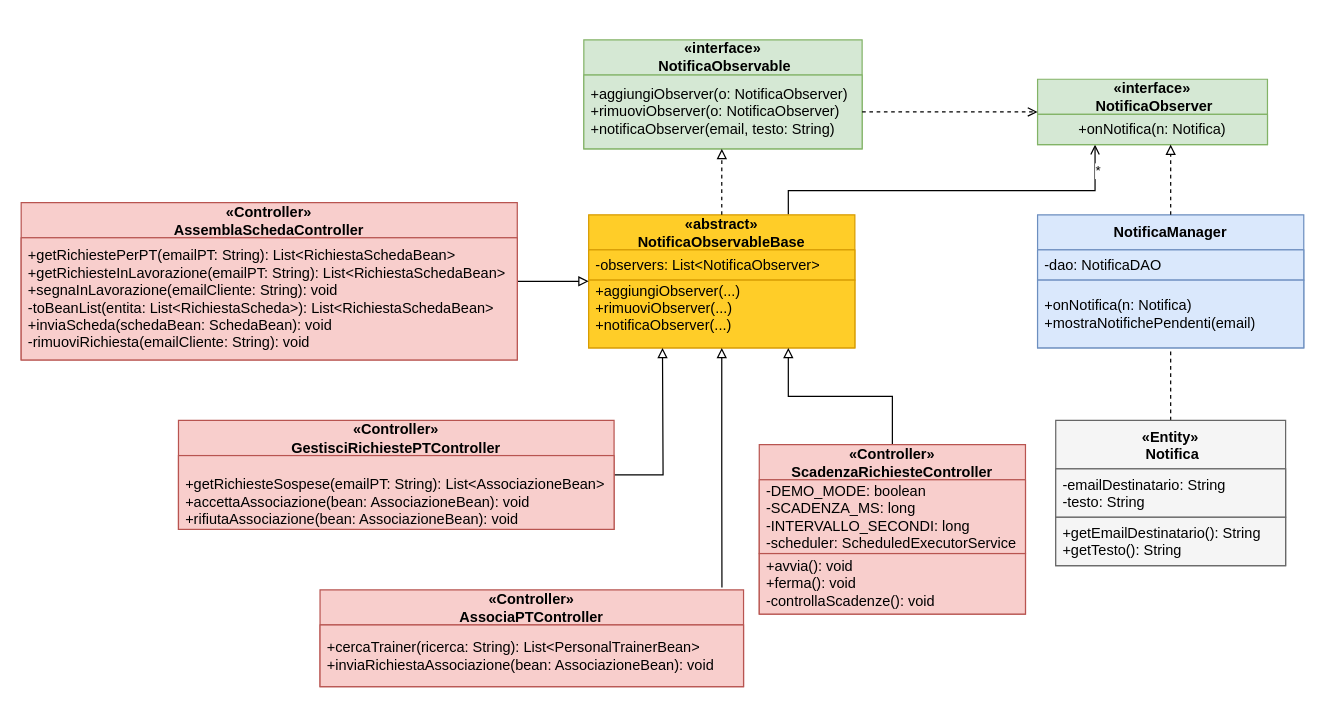
The draw.io diagram Design Level/Observer.drawio in FedericoSib/FitPlan, before the edit. Source tidied: cells renumbered, new cells numbered last; positions are measured from the earlier drawing's top-left corner, leaving out a move shared by most shapes. Both pictures are drawn from the tidied source at 121%, with x=0, y=0 at pixel (21, 40).
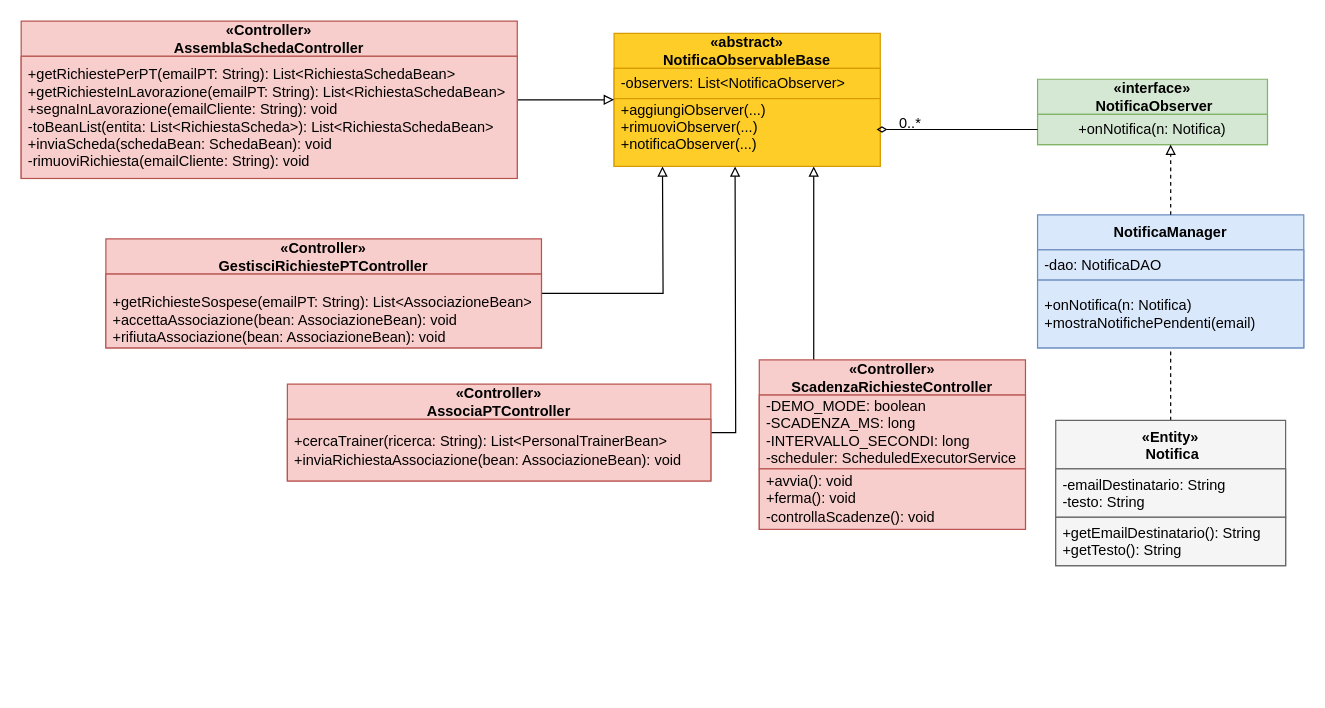
The same page after the edit.

Unchanged cells that the change refers to:
```xml
<mxCell id="6" value="&lt;div align=&quot;left&quot;&gt;+aggiungiObserver(...)&lt;/div&gt;&lt;div align=&quot;left&quot;&gt;+rimuoviObserver(...)&lt;/div&gt;&lt;div align=&quot;left&quot;&gt;+notificaObserver(...)&lt;/div&gt;&lt;br&gt;    " style="text;html=1;strokeColor=#d79b00;fillColor=#ffcd28;align=left;verticalAlign=middle;spacingLeft=4;spacingRight=4;overflow=hidden;points=[[0,0.5],[1,0.5]];portConstraint=eastwest;whiteSpace=wrap;gradientColor=none;" parent="4" vertex="1">
  <mxGeometry y="54" width="220" height="56" as="geometry" />
</mxCell>
<mxCell id="9" value="&lt;div&gt;«interface»&lt;/div&gt;&lt;div&gt;&amp;nbsp;NotificaObserver&lt;/div&gt;" style="swimlane;fontStyle=1;align=center;verticalAlign=middle;horizontal=1;startSize=29;html=1;whiteSpace=wrap;fillColor=#d5e8d4;gradientColor=none;strokeColor=#82b366;" parent="1" vertex="1">
  <mxGeometry x="840" y="32" width="190" height="54" as="geometry" />
</mxCell>
<mxCell id="10" value="+onNotifica(n: Notifica)" style="text;html=1;strokeColor=#82b366;fillColor=#d5e8d4;align=center;verticalAlign=middle;spacingLeft=4;spacingRight=4;overflow=hidden;points=[[0,0.5],[1,0.5]];portConstraint=eastwest;whiteSpace=wrap;gradientColor=none;" parent="9" vertex="1">
  <mxGeometry y="29" width="190" height="25" as="geometry" />
</mxCell>
```

The edit, as a diff of the source:
```diff
@@
-    <mxCell id="2" style="edgeStyle=orthogonalEdgeStyle;rounded=0;jettySize=auto;html=1;exitX=0.75;exitY=0;exitDx=0;exitDy=0;endArrow=open;endFill=0;entryX=0.25;entryY=1;entryDx=0;entryDy=0;" parent="1" edge="1" source="4" target="9">
-      <mxGeometry relative="1" as="geometry">
-        <Array as="points">
-          <mxPoint x="634" y="124" />
-          <mxPoint x="888" y="124" />
-        </Array>
-      </mxGeometry>
-    </mxCell>
-    <mxCell id="3" value="*" style="edgeLabel;html=1;align=center;verticalAlign=middle;" parent="2" vertex="1">
-      <mxGeometry x="0.87" y="-1" relative="1" as="geometry">
-        <mxPoint x="1" y="1" as="offset" />
-      </mxGeometry>
-    </mxCell>
     <mxCell id="4" value="«abstract»&lt;br/&gt;    NotificaObservableBase" style="swimlane;fontStyle=1;align=center;verticalAlign=middle;horizontal=1;startSize=29;html=1;whiteSpace=wrap;fillColor=#ffcd28;gradientColor=none;strokeColor=#d79b00;" parent="1" vertex="1">
-      <mxGeometry x="469" y="144" width="220" height="110" as="geometry" />
+      <mxGeometry x="490" y="-6" width="220" height="110" as="geometry" />
     </mxCell>
@@
-    <mxCell id="7" value="&lt;div&gt;«interface»&lt;/div&gt;&lt;div&gt;&amp;nbsp;NotificaObservable&lt;/div&gt;" style="swimlane;fontStyle=1;align=center;verticalAlign=middle;horizontal=1;startSize=29;html=1;whiteSpace=wrap;fillColor=#d5e8d4;gradientColor=none;strokeColor=#82b366;" parent="1" vertex="1">
-      <mxGeometry x="465" y="-0.5" width="230" height="90" as="geometry" />
-    </mxCell>
-    <mxCell id="8" value="&lt;div align=&quot;left&quot;&gt;+aggiungiObserver(o: NotificaObserver)&lt;br&gt;    +rimuoviObserver(o: NotificaObserver)&lt;br&gt;    +notificaObserver(email, testo: String)&lt;/div&gt;" style="text;html=1;strokeColor=#82b366;fillColor=#d5e8d4;align=left;verticalAlign=middle;spacingLeft=4;spacingRight=4;overflow=hidden;points=[[0,0.5],[1,0.5]];portConstraint=eastwest;whiteSpace=wrap;gradientColor=none;" parent="7" vertex="1">
-      <mxGeometry y="29" width="230" height="61" as="geometry" />
-    </mxCell>
@@
-    <mxCell id="11" style="edgeStyle=orthogonalEdgeStyle;rounded=0;jettySize=auto;html=1;entryX=0;entryY=0.5;entryDx=0;entryDy=0;endArrow=open;endFill=0;dashed=1;" parent="1" edge="1" source="8" target="9">
-      <mxGeometry relative="1" as="geometry" />
-    </mxCell>
-    <mxCell id="12" style="edgeStyle=orthogonalEdgeStyle;rounded=0;jettySize=auto;html=1;entryX=0.496;entryY=1;entryDx=0;entryDy=0;entryPerimeter=0;endArrow=block;endFill=0;dashed=1;" parent="1" edge="1" source="4" target="8">
-      <mxGeometry relative="1" as="geometry" />
-    </mxCell>
@@
     <mxCell id="22" value="&lt;div&gt;«Controller»&lt;/div&gt;&lt;div&gt;AssemblaSchedaController&lt;/div&gt;" style="swimlane;fontStyle=1;align=center;verticalAlign=middle;horizontal=1;startSize=29;html=1;whiteSpace=wrap;fillColor=#f8cecc;gradientColor=none;strokeColor=#b85450;" parent="1" vertex="1">
-      <mxGeometry y="134" width="410" height="130" as="geometry" />
+      <mxGeometry y="-16" width="410" height="130" as="geometry" />
     </mxCell>
@@
+    <mxCell id="34" style="edgeStyle=orthogonalEdgeStyle;rounded=0;jettySize=auto;html=1;endArrow=block;endFill=0;" parent="1" edge="1" source="24">
+      <mxGeometry relative="1" as="geometry">
+        <mxPoint x="590" y="104" as="targetPoint" />
+      </mxGeometry>
+    </mxCell>
     <mxCell id="24" value="&lt;div&gt;«Controller»&lt;/div&gt;&lt;div&gt;AssociaPTController&lt;/div&gt;" style="swimlane;fontStyle=1;align=center;verticalAlign=middle;horizontal=1;startSize=29;html=1;whiteSpace=wrap;fillColor=#f8cecc;gradientColor=none;strokeColor=#b85450;" parent="1" vertex="1">
-      <mxGeometry x="247" y="454" width="350" height="80" as="geometry" />
+      <mxGeometry x="220" y="284" width="350" height="80" as="geometry" />
     </mxCell>
@@
     <mxCell id="26" style="edgeStyle=orthogonalEdgeStyle;rounded=0;jettySize=auto;html=1;entryX=0.75;entryY=1;entryDx=0;entryDy=0;endArrow=block;endFill=0;" parent="1" edge="1" source="27" target="4">
-      <mxGeometry relative="1" as="geometry" />
+      <mxGeometry relative="1" as="geometry">
+        <Array as="points">
+          <mxPoint x="655" y="234" />
+          <mxPoint x="655" y="234" />
+        </Array>
+      </mxGeometry>
     </mxCell>
     <mxCell id="27" value="&lt;div&gt;«Controller»&lt;/div&gt;&lt;div&gt;ScadenzaRichiesteController&lt;/div&gt;" style="swimlane;fontStyle=1;align=center;verticalAlign=middle;horizontal=1;startSize=29;html=1;whiteSpace=wrap;fillColor=#f8cecc;gradientColor=none;strokeColor=#b85450;" parent="1" vertex="1">
-      <mxGeometry x="610" y="334" width="220" height="140" as="geometry" />
+      <mxGeometry x="610" y="264" width="220" height="140" as="geometry" />
     </mxCell>
@@
     <mxCell id="30" style="edgeStyle=orthogonalEdgeStyle;rounded=0;jettySize=auto;html=1;endArrow=block;endFill=0;" parent="1" edge="1" source="31">
       <mxGeometry relative="1" as="geometry">
-        <mxPoint x="530" y="254" as="targetPoint" />
+        <mxPoint x="530" y="104" as="targetPoint" />
       </mxGeometry>
     </mxCell>
     <mxCell id="31" value="&lt;div&gt;«Controller»&lt;/div&gt;&lt;div&gt;GestisciRichiestePTController&lt;/div&gt;" style="swimlane;fontStyle=1;align=center;verticalAlign=middle;horizontal=1;startSize=29;html=1;whiteSpace=wrap;fillColor=#f8cecc;gradientColor=none;strokeColor=#b85450;" parent="1" vertex="1">
-      <mxGeometry x="130" y="314" width="360" height="90" as="geometry" />
+      <mxGeometry x="70" y="164" width="360" height="90" as="geometry" />
     </mxCell>
@@
-    <mxCell id="33" style="edgeStyle=orthogonalEdgeStyle;rounded=0;jettySize=auto;html=1;entryX=0.949;entryY=-0.025;entryDx=0;entryDy=0;entryPerimeter=0;endArrow=none;endFill=0;startArrow=block;startFill=0;" parent="1" edge="1" source="4" target="24">
-      <mxGeometry relative="1" as="geometry" />
-    </mxCell>
+    <mxCell id="35" value="0..*" style="text;html=1;whiteSpace=wrap;strokeColor=none;fillColor=none;align=center;verticalAlign=middle;rounded=0;" parent="1" vertex="1">
+      <mxGeometry x="720" y="64" width="30" height="10" as="geometry" />
+    </mxCell>
+    <mxCell id="36" style="edgeStyle=orthogonalEdgeStyle;rounded=0;jettySize=auto;html=1;entryX=0.986;entryY=0.456;entryDx=0;entryDy=0;entryPerimeter=0;endArrow=diamondThin;endFill=0;" parent="1" edge="1" source="10" target="6">
+      <mxGeometry relative="1" as="geometry" />
+    </mxCell>
```
